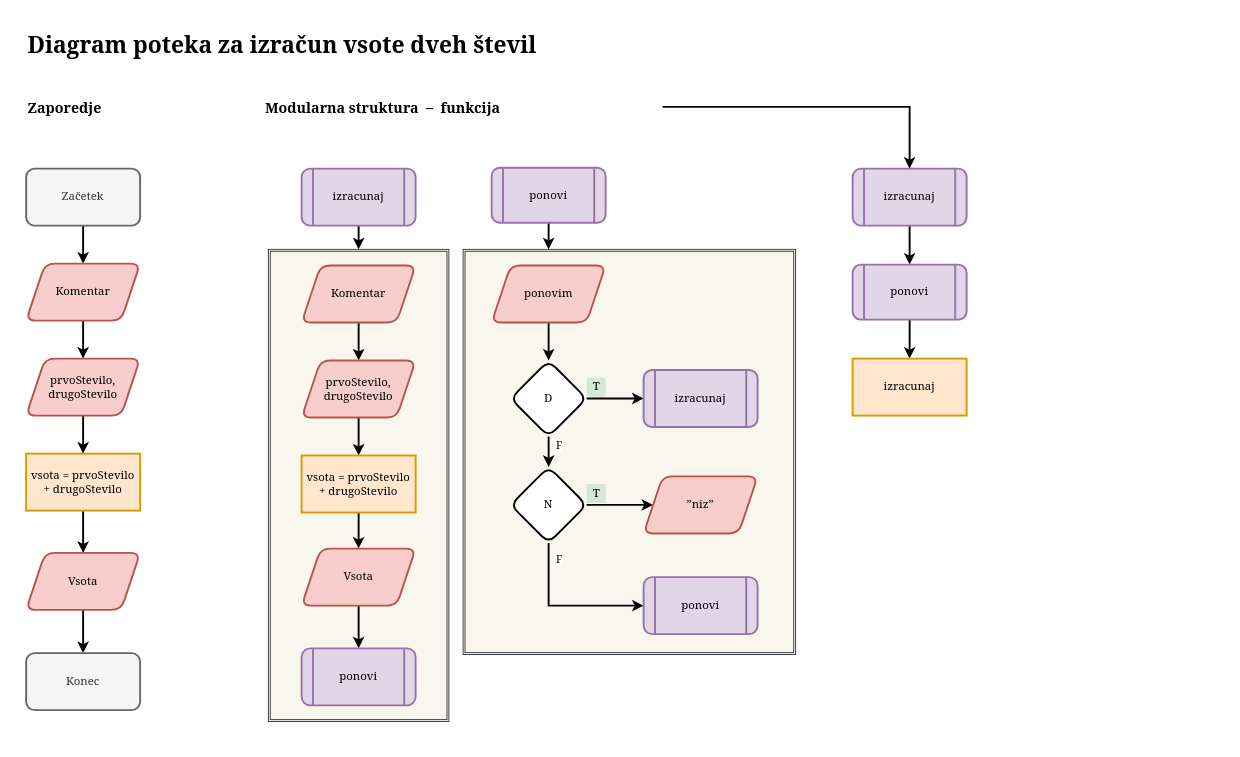
Earlier version of the draw.io diagram pythonVaje/Vsota.drawio (kreativnost-v-kodiranju/python). Source tidied: cells renumbered, new cells numbered last; positions are measured from the earlier drawing's top-left corner, leaving out a move shared by most shapes. Both pictures are drawn from the tidied source at 95%, with x=0, y=0 at pixel (23, 26).
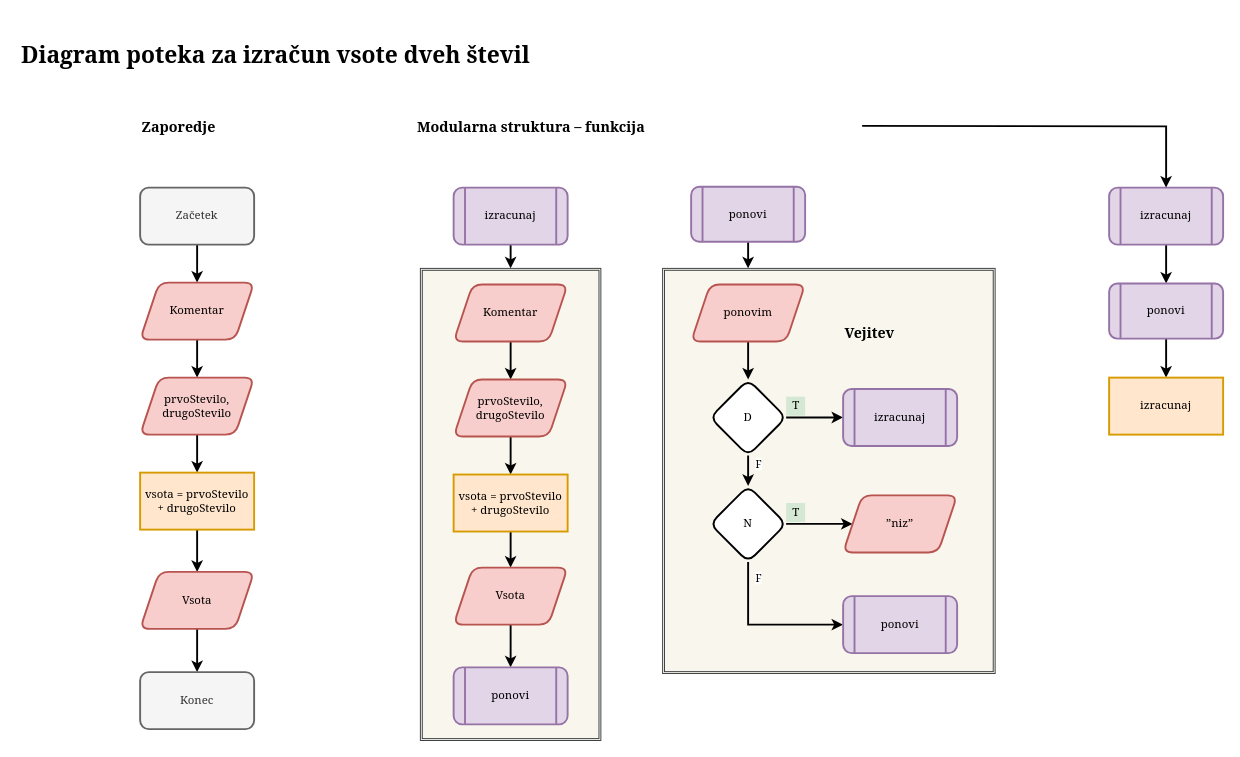
The same page after the edit.

What changed in the source:
```diff
@@
     <mxCell id="2" style="shape=ext;double=1;rounded=0;whiteSpace=wrap;html=1;strokeWidth=1;fontFamily=Georgia;fillColor=#f9f7ed;strokeColor=#36393d;" parent="1" vertex="1">
-      <mxGeometry x="463" y="235" width="350" height="426.5" as="geometry" />
+      <mxGeometry x="673" y="255" width="350" height="426.5" as="geometry" />
     </mxCell>
     <mxCell id="3" style="shape=ext;double=1;rounded=0;whiteSpace=wrap;html=1;strokeWidth=1;fontFamily=Georgia;fillColor=#f9f7ed;strokeColor=#36393d;" parent="1" vertex="1">
-      <mxGeometry x="258" y="235" width="190" height="497" as="geometry" />
+      <mxGeometry x="418" y="255" width="190" height="497" as="geometry" />
     </mxCell>
     <mxCell id="4" value="&lt;h1&gt;Diagram poteka za izračun vsote dveh števil&lt;/h1&gt;&lt;p&gt;&lt;br&gt;&lt;/p&gt;" style="text;html=1;strokeColor=none;fillColor=none;spacing=5;spacingTop=-20;whiteSpace=wrap;overflow=hidden;rounded=0;fontFamily=Georgia;" parent="1" vertex="1">
-      <mxGeometry width="570" height="40" as="geometry" />
+      <mxGeometry x="-7" y="10" width="690" height="40" as="geometry" />
     </mxCell>
@@
     <mxCell id="6" value="Začetek" style="rounded=1;whiteSpace=wrap;html=1;fontFamily=Georgia;strokeWidth=2;fillColor=#f5f5f5;strokeColor=#666666;fontColor=#333333;" parent="1" vertex="1">
-      <mxGeometry x="3" y="150" width="120" height="60" as="geometry" />
+      <mxGeometry x="123" y="170" width="120" height="60" as="geometry" />
     </mxCell>
@@
     <mxCell id="8" value="Komentar" style="shape=parallelogram;perimeter=parallelogramPerimeter;whiteSpace=wrap;html=1;fixedSize=1;strokeWidth=2;fontFamily=Georgia;fillColor=#f8cecc;strokeColor=#b85450;rounded=1;" parent="1" vertex="1">
-      <mxGeometry x="3" y="250" width="120" height="60" as="geometry" />
+      <mxGeometry x="123" y="270" width="120" height="60" as="geometry" />
     </mxCell>
@@
     <mxCell id="10" value="prvoStevilo, drugoStevilo" style="shape=parallelogram;perimeter=parallelogramPerimeter;whiteSpace=wrap;html=1;fixedSize=1;strokeWidth=2;fontFamily=Georgia;fillColor=#f8cecc;strokeColor=#b85450;rounded=1;" parent="1" vertex="1">
-      <mxGeometry x="3" y="350" width="120" height="60" as="geometry" />
+      <mxGeometry x="123" y="370" width="120" height="60" as="geometry" />
     </mxCell>
@@
     <mxCell id="12" value="vsota = prvoStevilo + drugoStevilo" style="rounded=0;whiteSpace=wrap;html=1;strokeWidth=2;fontFamily=Georgia;fillColor=#ffe6cc;strokeColor=#d79b00;" parent="1" vertex="1">
-      <mxGeometry x="3" y="450" width="120" height="60" as="geometry" />
+      <mxGeometry x="123" y="470" width="120" height="60" as="geometry" />
     </mxCell>
@@
     <mxCell id="14" value="Vsota" style="shape=parallelogram;perimeter=parallelogramPerimeter;whiteSpace=wrap;html=1;fixedSize=1;strokeWidth=2;fontFamily=Georgia;fillColor=#f8cecc;strokeColor=#b85450;rounded=1;" parent="1" vertex="1">
-      <mxGeometry x="3" y="554.5" width="120" height="60" as="geometry" />
+      <mxGeometry x="123" y="574.5" width="120" height="60" as="geometry" />
     </mxCell>
     <mxCell id="15" value="Konec" style="rounded=1;whiteSpace=wrap;html=1;fontFamily=Georgia;strokeWidth=2;fillColor=#f5f5f5;strokeColor=#666666;fontColor=#333333;" parent="1" vertex="1">
-      <mxGeometry x="3" y="660" width="120" height="60" as="geometry" />
+      <mxGeometry x="123" y="680" width="120" height="60" as="geometry" />
     </mxCell>
@@
     <mxCell id="17" value="izracunaj" style="shape=process;whiteSpace=wrap;html=1;backgroundOutline=1;rounded=1;strokeWidth=2;fontFamily=Georgia;fillColor=#e1d5e7;strokeColor=#9673a6;" parent="1" vertex="1">
-      <mxGeometry x="293" y="150" width="120" height="60" as="geometry" />
+      <mxGeometry x="453" y="170" width="120" height="60" as="geometry" />
     </mxCell>
     <mxCell id="18" style="edgeStyle=orthogonalEdgeStyle;rounded=0;orthogonalLoop=1;jettySize=auto;html=1;strokeWidth=2;align=left;" parent="1" edge="1">
       <mxGeometry relative="1" as="geometry">
-        <mxPoint x="553" y="190" as="sourcePoint" />
-        <mxPoint x="553" y="235" as="targetPoint" />
+        <mxPoint x="763" y="210" as="sourcePoint" />
+        <mxPoint x="763" y="255" as="targetPoint" />
       </mxGeometry>
     </mxCell>
     <mxCell id="19" value="ponovi" style="shape=process;whiteSpace=wrap;html=1;backgroundOutline=1;rounded=1;strokeWidth=2;fontFamily=Georgia;fillColor=#e1d5e7;strokeColor=#9673a6;" parent="1" vertex="1">
-      <mxGeometry x="493" y="149" width="120" height="58" as="geometry" />
+      <mxGeometry x="703" y="169" width="120" height="58" as="geometry" />
     </mxCell>
@@
     <mxCell id="21" value="Komentar" style="shape=parallelogram;perimeter=parallelogramPerimeter;whiteSpace=wrap;html=1;fixedSize=1;strokeWidth=2;fontFamily=Georgia;fillColor=#f8cecc;strokeColor=#b85450;rounded=1;" parent="1" vertex="1">
-      <mxGeometry x="293" y="252" width="120" height="60" as="geometry" />
+      <mxGeometry x="453" y="272" width="120" height="60" as="geometry" />
     </mxCell>
@@
     <mxCell id="23" value="prvoStevilo, drugoStevilo" style="shape=parallelogram;perimeter=parallelogramPerimeter;whiteSpace=wrap;html=1;fixedSize=1;strokeWidth=2;fontFamily=Georgia;fillColor=#f8cecc;strokeColor=#b85450;rounded=1;" parent="1" vertex="1">
-      <mxGeometry x="293" y="352" width="120" height="60" as="geometry" />
+      <mxGeometry x="453" y="372" width="120" height="60" as="geometry" />
     </mxCell>
@@
     <mxCell id="25" value="vsota = prvoStevilo + drugoStevilo" style="rounded=0;whiteSpace=wrap;html=1;strokeWidth=2;fontFamily=Georgia;fillColor=#ffe6cc;strokeColor=#d79b00;" parent="1" vertex="1">
-      <mxGeometry x="293" y="452" width="120" height="60" as="geometry" />
+      <mxGeometry x="453" y="472" width="120" height="60" as="geometry" />
     </mxCell>
@@
     <mxCell id="27" value="Vsota" style="shape=parallelogram;perimeter=parallelogramPerimeter;whiteSpace=wrap;html=1;fixedSize=1;strokeWidth=2;fontFamily=Georgia;fillColor=#f8cecc;strokeColor=#b85450;rounded=1;" parent="1" vertex="1">
-      <mxGeometry x="293" y="550" width="120" height="60" as="geometry" />
+      <mxGeometry x="453" y="570" width="120" height="60" as="geometry" />
     </mxCell>
     <mxCell id="28" value="ponovi" style="shape=process;whiteSpace=wrap;html=1;backgroundOutline=1;rounded=1;strokeWidth=2;fontFamily=Georgia;fillColor=#e1d5e7;strokeColor=#9673a6;" parent="1" vertex="1">
-      <mxGeometry x="293" y="655" width="120" height="60" as="geometry" />
+      <mxGeometry x="453" y="675" width="120" height="60" as="geometry" />
     </mxCell>
@@
     <mxCell id="30" value="ponovim" style="shape=parallelogram;perimeter=parallelogramPerimeter;whiteSpace=wrap;html=1;fixedSize=1;strokeWidth=2;fontFamily=Georgia;fillColor=#f8cecc;strokeColor=#b85450;rounded=1;" parent="1" vertex="1">
-      <mxGeometry x="493" y="252" width="120" height="60" as="geometry" />
+      <mxGeometry x="703" y="272" width="120" height="60" as="geometry" />
     </mxCell>
@@
     <mxCell id="35" value="D" style="rhombus;whiteSpace=wrap;html=1;rounded=1;strokeWidth=2;fontFamily=Georgia;" parent="1" vertex="1">
-      <mxGeometry x="513" y="352" width="80" height="80" as="geometry" />
+      <mxGeometry x="723" y="372" width="80" height="80" as="geometry" />
     </mxCell>
     <mxCell id="36" value="izracunaj" style="shape=process;whiteSpace=wrap;html=1;backgroundOutline=1;rounded=1;strokeWidth=2;fontFamily=Georgia;fillColor=#e1d5e7;strokeColor=#9673a6;" parent="1" vertex="1">
-      <mxGeometry x="653" y="362" width="120" height="60" as="geometry" />
+      <mxGeometry x="863" y="382" width="120" height="60" as="geometry" />
     </mxCell>
@@
     <mxCell id="38" style="edgeStyle=orthogonalEdgeStyle;rounded=0;jettySize=auto;html=1;entryX=0;entryY=0.5;entryDx=0;entryDy=0;strokeWidth=2;fontFamily=Georgia;" parent="1" edge="1" source="39" target="40">
       <mxGeometry relative="1" as="geometry">
         <Array as="points">
-          <mxPoint x="553" y="610" />
+          <mxPoint x="763" y="630" />
         </Array>
       </mxGeometry>
     </mxCell>
     <mxCell id="39" value="N" style="rhombus;whiteSpace=wrap;html=1;rounded=1;strokeWidth=2;fontFamily=Georgia;" parent="1" vertex="1">
-      <mxGeometry x="513" y="464" width="80" height="80" as="geometry" />
+      <mxGeometry x="723" y="484" width="80" height="80" as="geometry" />
     </mxCell>
     <mxCell id="40" value="ponovi" style="shape=process;whiteSpace=wrap;html=1;backgroundOutline=1;rounded=1;strokeWidth=2;fontFamily=Georgia;fillColor=#e1d5e7;strokeColor=#9673a6;" parent="1" vertex="1">
-      <mxGeometry x="653" y="580" width="120" height="60" as="geometry" />
+      <mxGeometry x="863" y="600" width="120" height="60" as="geometry" />
     </mxCell>
     <mxCell id="41" value="”niz”" style="shape=parallelogram;perimeter=parallelogramPerimeter;whiteSpace=wrap;html=1;fixedSize=1;strokeWidth=2;fontFamily=Georgia;fillColor=#f8cecc;strokeColor=#b85450;rounded=1;" parent="1" vertex="1">
-      <mxGeometry x="653" y="474" width="120" height="60" as="geometry" />
+      <mxGeometry x="863" y="494" width="120" height="60" as="geometry" />
     </mxCell>
     <mxCell id="42" value="T" style="text;html=1;align=center;verticalAlign=middle;fontFamily=Georgia;fillColor=#d5e8d4;" parent="1" vertex="1">
-      <mxGeometry x="593" y="370" width="20" height="20" as="geometry" />
+      <mxGeometry x="803" y="390" width="20" height="20" as="geometry" />
     </mxCell>
     <mxCell id="43" value="T" style="text;html=1;align=center;verticalAlign=middle;fontFamily=Georgia;fillColor=#d5e8d4;" parent="1" vertex="1">
-      <mxGeometry x="593" y="482" width="20" height="20" as="geometry" />
+      <mxGeometry x="803" y="502" width="20" height="20" as="geometry" />
     </mxCell>
@@
     <mxCell id="45" value="izracunaj" style="shape=process;whiteSpace=wrap;html=1;backgroundOutline=1;rounded=1;strokeWidth=2;fontFamily=Georgia;fillColor=#e1d5e7;strokeColor=#9673a6;" parent="1" vertex="1">
-      <mxGeometry x="873" y="150" width="120" height="60" as="geometry" />
+      <mxGeometry x="1143" y="170" width="120" height="60" as="geometry" />
     </mxCell>
@@
     <mxCell id="47" value="ponovi" style="shape=process;whiteSpace=wrap;html=1;backgroundOutline=1;rounded=1;strokeWidth=2;fontFamily=Georgia;fillColor=#e1d5e7;strokeColor=#9673a6;" parent="1" vertex="1">
-      <mxGeometry x="873" y="251" width="120" height="58" as="geometry" />
+      <mxGeometry x="1143" y="271" width="120" height="58" as="geometry" />
     </mxCell>
     <mxCell id="48" value="izracunaj" style="rounded=0;whiteSpace=wrap;html=1;strokeWidth=2;fontFamily=Georgia;fillColor=#ffe6cc;strokeColor=#d79b00;" parent="1" vertex="1">
-      <mxGeometry x="873" y="350" width="120" height="60" as="geometry" />
+      <mxGeometry x="1143" y="370" width="120" height="60" as="geometry" />
     </mxCell>
     <mxCell id="49" value="Zaporedje" style="text;html=1;strokeColor=none;fillColor=none;align=left;verticalAlign=middle;whiteSpace=wrap;rounded=0;fontFamily=Georgia;fontSize=15;fontStyle=1;" parent="1" vertex="1">
-      <mxGeometry x="3" y="75" width="40" height="20" as="geometry" />
+      <mxGeometry x="123" y="95" width="40" height="20" as="geometry" />
     </mxCell>
-    <mxCell id="50" style="edgeStyle=orthogonalEdgeStyle;rounded=0;jettySize=auto;html=1;entryX=0.5;entryY=0;entryDx=0;entryDy=0;align=left;strokeWidth=2;" parent="1" edge="1" source="51" target="45">
-      <mxGeometry relative="1" as="geometry" />
+    <mxCell id="50" style="edgeStyle=orthogonalEdgeStyle;rounded=0;jettySize=auto;html=1;entryX=0.5;entryY=0;entryDx=0;entryDy=0;align=left;strokeWidth=2;" parent="1" edge="1" target="45">
+      <mxGeometry relative="1" as="geometry">
+        <mxPoint x="883" y="105" as="sourcePoint" />
+      </mxGeometry>
     </mxCell>
-    <mxCell id="51" value="Modularna struktura &amp;nbsp;– &amp;nbsp;funkcija" style="text;html=1;strokeColor=none;fillColor=none;align=left;verticalAlign=middle;whiteSpace=wrap;rounded=0;fontFamily=Georgia;fontSize=15;fontStyle=1;" parent="1" vertex="1">
-      <mxGeometry x="253" y="70" width="420" height="30" as="geometry" />
+    <mxCell id="51" value="Modularna struktura – funkcija" style="text;html=1;strokeColor=none;fillColor=none;align=left;verticalAlign=middle;whiteSpace=wrap;rounded=0;fontFamily=Georgia;fontSize=15;fontStyle=1;" parent="1" vertex="1">
+      <mxGeometry x="413" y="90" width="420" height="30" as="geometry" />
     </mxCell>
+    <mxCell id="52" value="Vejitev" style="text;html=1;strokeColor=none;fillColor=none;align=left;verticalAlign=middle;whiteSpace=wrap;rounded=0;fontFamily=Georgia;fontSize=15;fontStyle=1;" parent="1" vertex="1">
+      <mxGeometry x="863" y="312" width="40" height="20" as="geometry" />
+    </mxCell>
```
